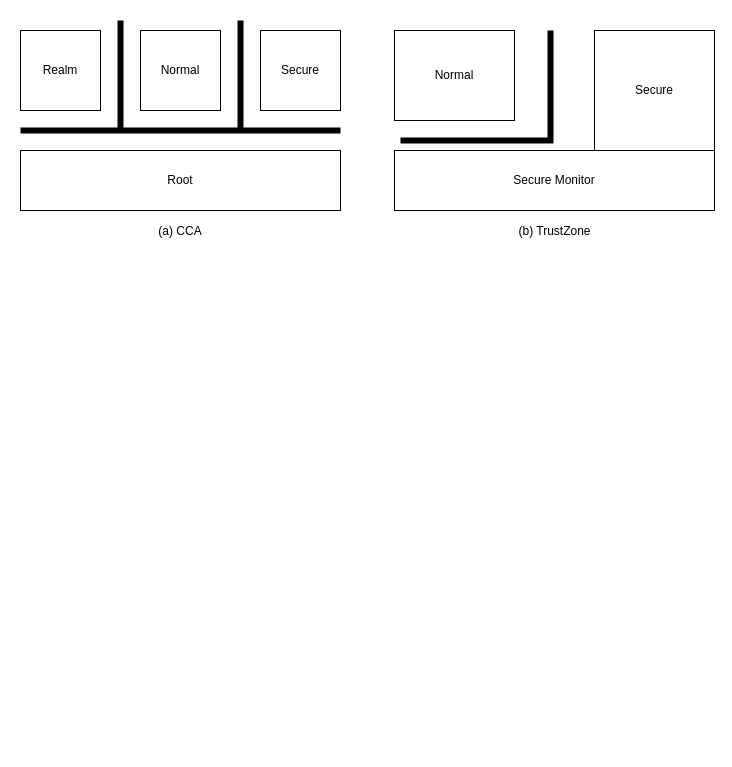
Before: Untitled Diagram.drawio in EdisonE3/vue_learn, a draw.io diagram. Source tidied: cells renumbered, new cells numbered last; positions are measured from the earlier drawing's top-left corner, leaving out a move shared by most shapes. Both pictures are drawn from the tidied source at 100%, with x=0, y=0 at pixel (20, 30).
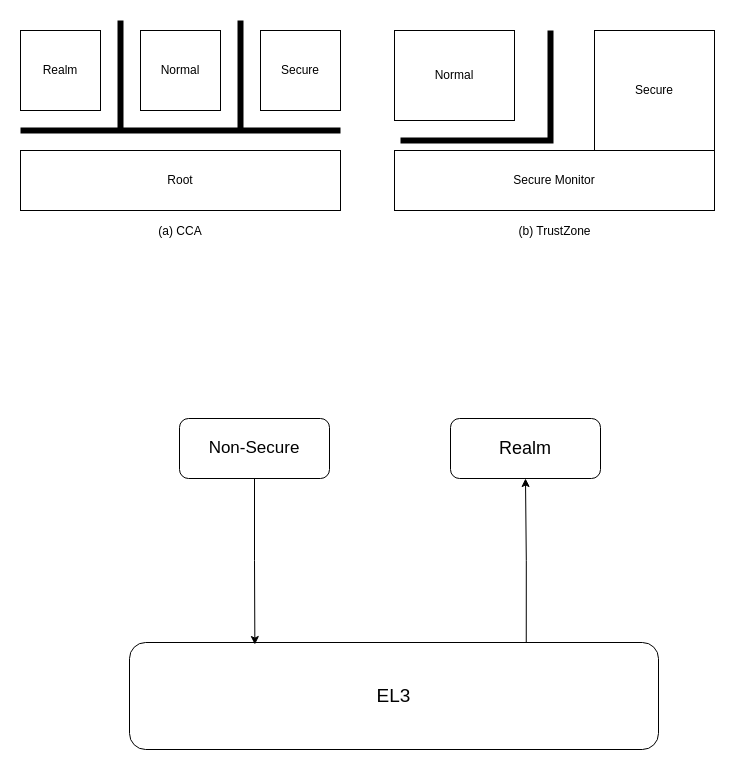
The same page after the edit.

Change to the diagram source:
```diff
@@
+    <mxCell id="15" style="edgeStyle=orthogonalEdgeStyle;rounded=0;jettySize=auto;html=1;exitX=0.75;exitY=0;exitDx=0;exitDy=0;entryX=0.5;entryY=1;entryDx=0;entryDy=0;fontSize=17;" parent="1" edge="1" source="16" target="19">
+      <mxGeometry relative="1" as="geometry" />
+    </mxCell>
+    <mxCell id="16" value="&lt;font style=&quot;font-size: 19px&quot;&gt;EL3&lt;/font&gt;" style="rounded=1;whiteSpace=wrap;html=1;" parent="1" vertex="1">
+      <mxGeometry x="109" y="612" width="529" height="107" as="geometry" />
+    </mxCell>
+    <mxCell id="17" style="edgeStyle=orthogonalEdgeStyle;rounded=0;jettySize=auto;html=1;exitX=0.5;exitY=1;exitDx=0;exitDy=0;entryX=0.237;entryY=0.019;entryDx=0;entryDy=0;entryPerimeter=0;fontSize=17;" parent="1" edge="1" source="18" target="16">
+      <mxGeometry relative="1" as="geometry" />
+    </mxCell>
+    <mxCell id="18" value="&lt;font style=&quot;font-size: 17px&quot;&gt;Non-Secure&lt;/font&gt;" style="rounded=1;whiteSpace=wrap;html=1;" parent="1" vertex="1">
+      <mxGeometry x="159" y="388" width="150" height="60" as="geometry" />
+    </mxCell>
+    <mxCell id="19" value="&lt;font style=&quot;font-size: 18px&quot;&gt;Realm&lt;/font&gt;" style="rounded=1;whiteSpace=wrap;html=1;" parent="1" vertex="1">
+      <mxGeometry x="430" y="388" width="150" height="60" as="geometry" />
+    </mxCell>
```
